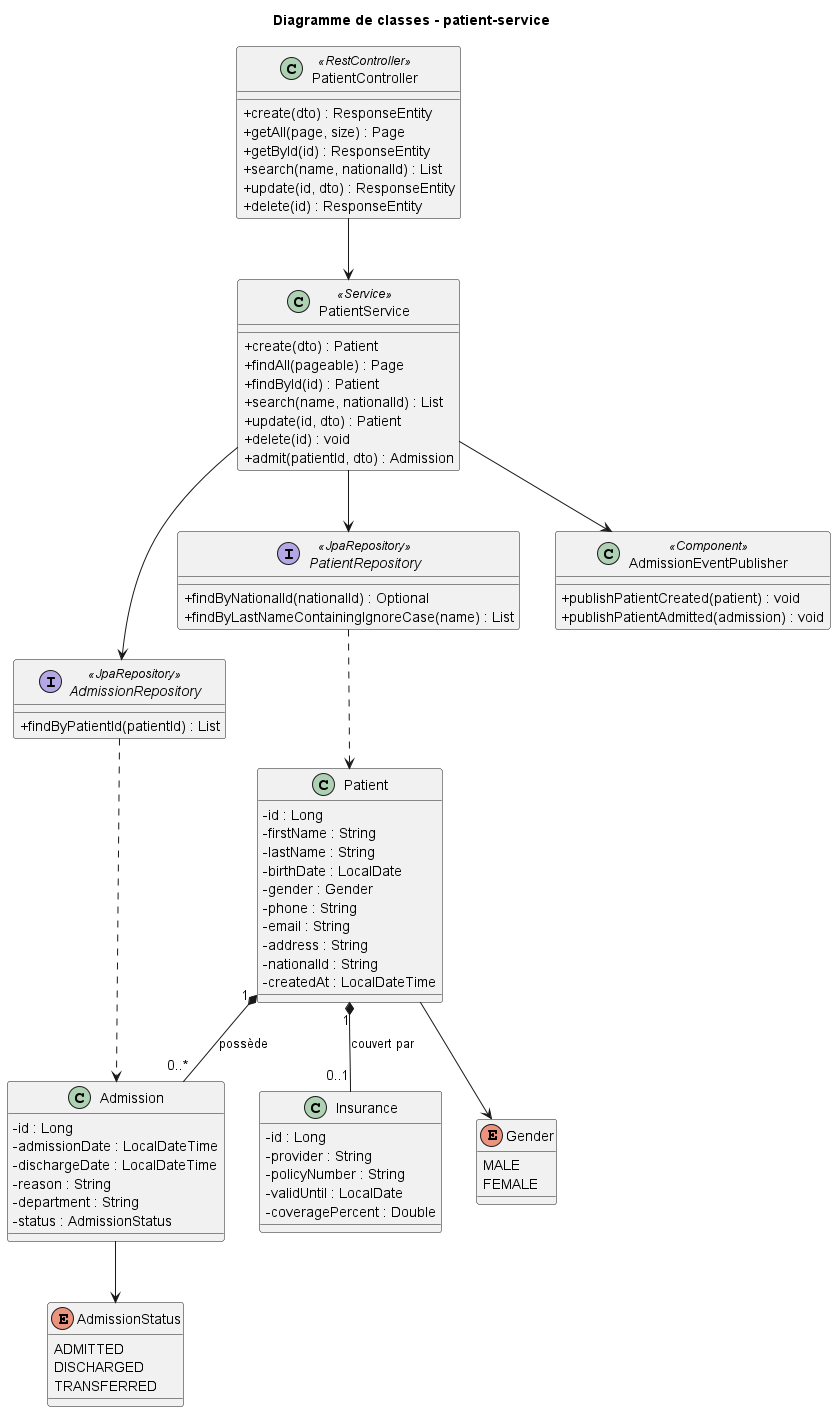
This is Documentation/Diagrams/patient-service/class-patient-service.png from Drakenfly1/SMARTCARE-DAS11-G4, a PlantUML export, as it was before one commit.
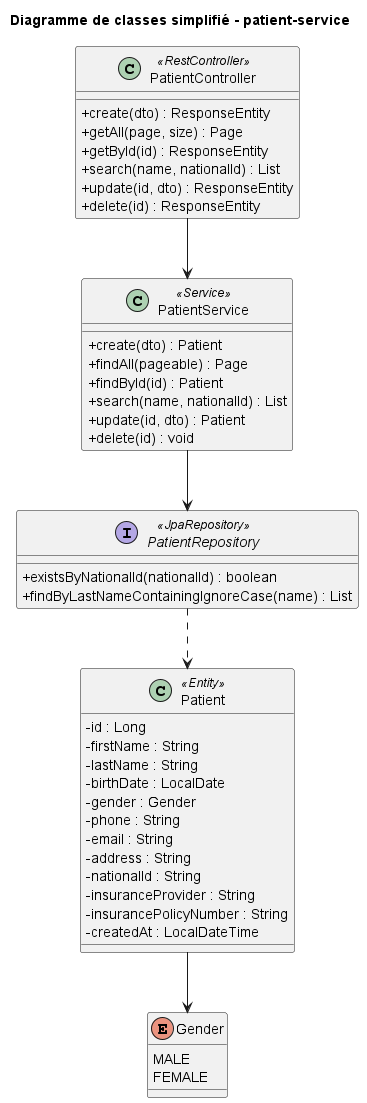
Above is the later version.

What changed in the source:
```diff
@@ -1,5 +1,5 @@
-@startuml class-patient-service
-title Diagramme de classes - patient-service
+@startuml class-patient-service-simplifie
+title Diagramme de classes simplifié - patient-service
 skinparam classAttributeIconSize 0
 
 enum Gender {
@@ -7,13 +7,7 @@
   FEMALE
 }
 
-enum AdmissionStatus {
-  ADMITTED
-  DISCHARGED
-  TRANSFERRED
-}
-
-class Patient {
+class Patient <<Entity>> {
   - id : Long
   - firstName : String
   - lastName : String
@@ -23,24 +17,9 @@
   - email : String
   - address : String
   - nationalId : String
+  - insuranceProvider : String
+  - insurancePolicyNumber : String
   - createdAt : LocalDateTime
-}
-
-class Admission {
-  - id : Long
-  - admissionDate : LocalDateTime
-  - dischargeDate : LocalDateTime
-  - reason : String
-  - department : String
-  - status : AdmissionStatus
-}
-
-class Insurance {
-  - id : Long
-  - provider : String
-  - policyNumber : String
-  - validUntil : LocalDate
-  - coveragePercent : Double
 }
 
 class PatientController <<RestController>> {
@@ -59,32 +38,15 @@
   + search(name, nationalId) : List
   + update(id, dto) : Patient
   + delete(id) : void
-  + admit(patientId, dto) : Admission
 }
 
 interface PatientRepository <<JpaRepository>> {
-  + findByNationalId(nationalId) : Optional
+  + existsByNationalId(nationalId) : boolean
   + findByLastNameContainingIgnoreCase(name) : List
 }
 
-interface AdmissionRepository <<JpaRepository>> {
-  + findByPatientId(patientId) : List
-}
-
-class AdmissionEventPublisher <<Component>> {
-  + publishPatientCreated(patient) : void
-  + publishPatientAdmitted(admission) : void
-}
-
-Patient "1" *-- "0..*" Admission : possède
-Patient "1" *-- "0..1" Insurance : couvert par
 Patient --> Gender
-Admission --> AdmissionStatus
-
 PatientController --> PatientService
 PatientService --> PatientRepository
-PatientService --> AdmissionRepository
-PatientService --> AdmissionEventPublisher
 PatientRepository ..> Patient
-AdmissionRepository ..> Admission
 @enduml
```
